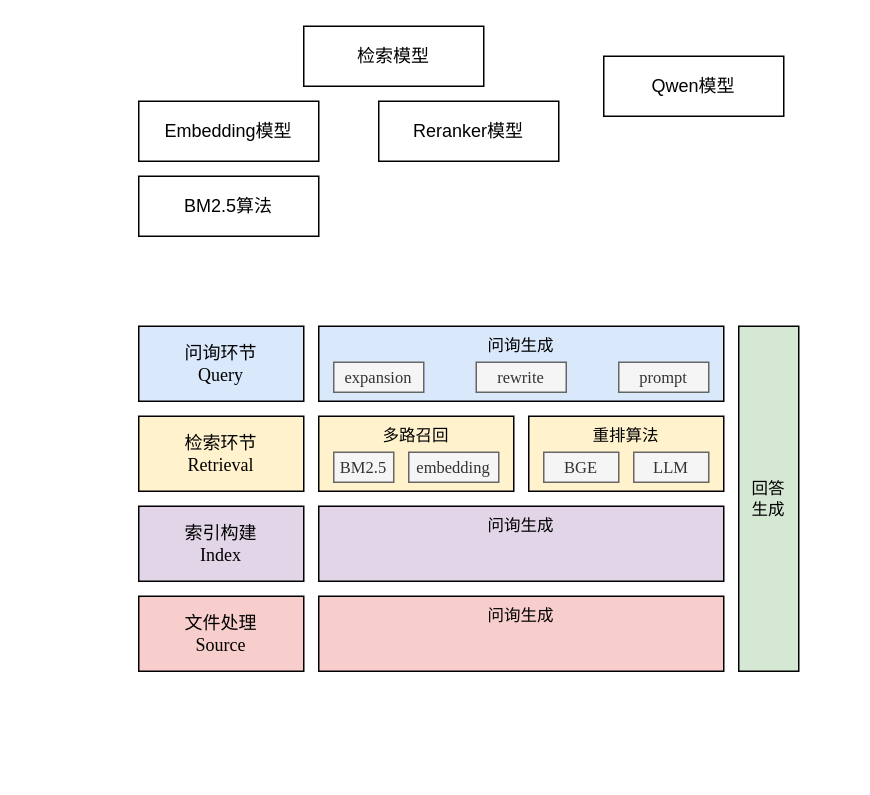
Earlier version of the draw.io diagram RAG.drawio (limpid-11/drawio). Source tidied: cells renumbered, new cells numbered last; positions are measured from the earlier drawing's top-left corner, leaving out a move shared by most shapes. Both pictures are drawn from the tidied source at 150%, with x=0, y=0 at pixel (138, 26).
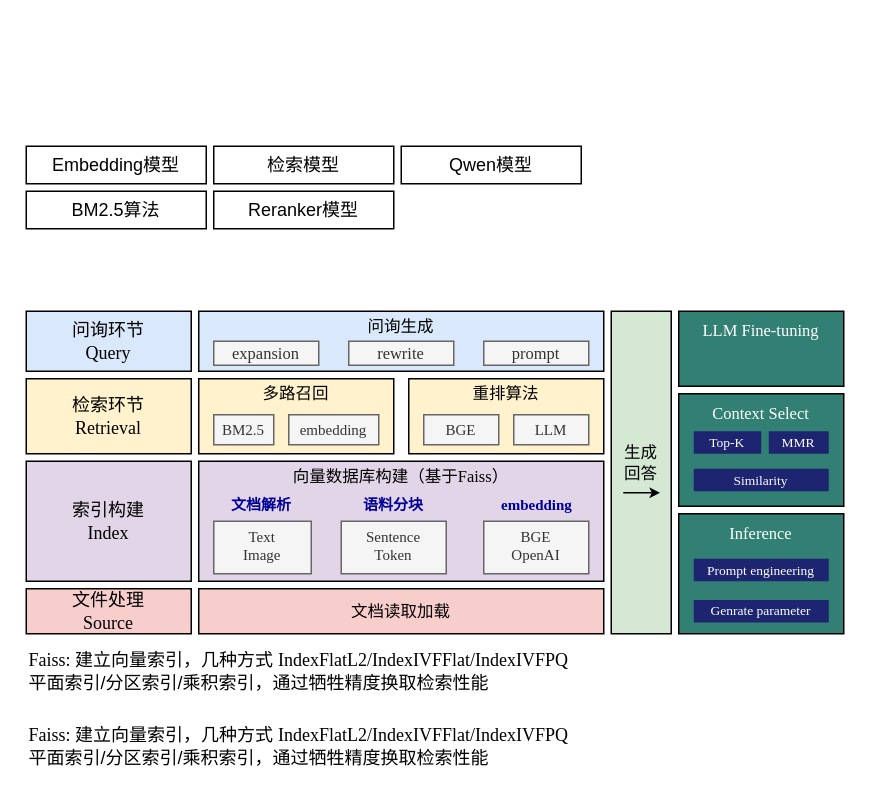
After the change.

What changed in the source:
```diff
@@
     <mxCell id="2" value="Qwen模型" style="rounded=0;whiteSpace=wrap;html=1;" parent="1" vertex="1">
-      <mxGeometry x="310" y="20" width="120" height="40" as="geometry" />
+      <mxGeometry x="175" y="80" width="120" height="25" as="geometry" />
     </mxCell>
     <mxCell id="3" value="Embedding模型" style="rounded=0;whiteSpace=wrap;html=1;" parent="1" vertex="1">
-      <mxGeometry y="50" width="120" height="40" as="geometry" />
+      <mxGeometry x="-75" y="80" width="120" height="25" as="geometry" />
     </mxCell>
     <mxCell id="4" value="BM2.5算法" style="rounded=0;whiteSpace=wrap;html=1;" parent="1" vertex="1">
-      <mxGeometry y="100" width="120" height="40" as="geometry" />
+      <mxGeometry x="-75" y="110" width="120" height="25" as="geometry" />
     </mxCell>
     <mxCell id="5" value="检索模型" style="rounded=0;whiteSpace=wrap;html=1;" parent="1" vertex="1">
-      <mxGeometry x="110" width="120" height="40" as="geometry" />
+      <mxGeometry x="50" y="80" width="120" height="25" as="geometry" />
     </mxCell>
     <mxCell id="6" value="Reranker模型" style="rounded=0;whiteSpace=wrap;html=1;" parent="1" vertex="1">
-      <mxGeometry x="160" y="50" width="120" height="40" as="geometry" />
+      <mxGeometry x="50" y="110" width="120" height="25" as="geometry" />
     </mxCell>
     <mxCell id="7" value="&lt;div&gt;&lt;font face=&quot;宋体&quot;&gt;问询环节&lt;/font&gt;&lt;/div&gt;Query" style="rounded=0;whiteSpace=wrap;html=1;fillColor=#dae8fc;strokeColor=#000000;fontFamily=Times New Roman;" parent="1" vertex="1">
-      <mxGeometry y="200" width="110" height="50" as="geometry" />
+      <mxGeometry x="-75" y="190" width="110" height="40" as="geometry" />
     </mxCell>
-    <mxCell id="8" value="&lt;div style=&quot;font-size: 11px;&quot;&gt;&lt;font face=&quot;宋体&quot;&gt;问询生成&lt;/font&gt;&lt;/div&gt;" style="rounded=0;whiteSpace=wrap;html=1;fillColor=#dae8fc;strokeColor=#000000;verticalAlign=top;fontSize=11;fontFamily=Times New Roman;" parent="1" vertex="1">
-      <mxGeometry x="120" y="200" width="270" height="50" as="geometry" />
+    <mxCell id="8" value="&lt;div style=&quot;font-size: 11px;&quot;&gt;&lt;font face=&quot;宋体&quot;&gt;问询生成&lt;/font&gt;&lt;/div&gt;" style="rounded=0;whiteSpace=wrap;html=1;fillColor=#dae8fc;strokeColor=#000000;verticalAlign=top;fontSize=11;fontFamily=Times New Roman;spacing=-1;" parent="1" vertex="1">
+      <mxGeometry x="40" y="190" width="270" height="40" as="geometry" />
     </mxCell>
-    <mxCell id="9" value="&lt;span style=&quot;font-size: 11px;&quot;&gt;expansion&lt;/span&gt;" style="rounded=0;whiteSpace=wrap;html=1;verticalAlign=middle;fontFamily=Times New Roman;fillColor=#f5f5f5;strokeColor=#666666;strokeWidth=1;fontColor=#333333;" parent="1" vertex="1">
-      <mxGeometry x="130" y="224" width="60" height="20" as="geometry" />
+    <mxCell id="9" value="&lt;span style=&quot;font-size: 11px;&quot;&gt;expansion&lt;/span&gt;" style="rounded=0;whiteSpace=wrap;html=1;verticalAlign=middle;fontFamily=Times New Roman;fillColor=#f5f5f5;strokeColor=#666666;strokeWidth=1;fontColor=#333333;fontSize=11;" parent="1" vertex="1">
+      <mxGeometry x="50" y="210" width="70" height="16" as="geometry" />
     </mxCell>
-    <mxCell id="10" value="&lt;span style=&quot;font-size: 11px;&quot;&gt;rewrite&lt;/span&gt;" style="rounded=0;whiteSpace=wrap;html=1;verticalAlign=middle;fontFamily=Times New Roman;fillColor=#f5f5f5;strokeColor=#666666;strokeWidth=1;fontColor=#333333;" parent="1" vertex="1">
-      <mxGeometry x="225" y="224" width="60" height="20" as="geometry" />
+    <mxCell id="10" value="&lt;span style=&quot;font-size: 11px;&quot;&gt;rewrite&lt;/span&gt;" style="rounded=0;whiteSpace=wrap;html=1;verticalAlign=middle;fontFamily=Times New Roman;fillColor=#f5f5f5;strokeColor=#666666;strokeWidth=1;fontColor=#333333;fontSize=11;" parent="1" vertex="1">
+      <mxGeometry x="140" y="210" width="70" height="16" as="geometry" />
     </mxCell>
-    <mxCell id="11" value="&lt;span style=&quot;font-size: 11px;&quot;&gt;prompt&lt;/span&gt;" style="rounded=0;whiteSpace=wrap;html=1;verticalAlign=middle;fontFamily=Times New Roman;fillColor=#f5f5f5;strokeColor=#666666;strokeWidth=1;fontColor=#333333;" parent="1" vertex="1">
-      <mxGeometry x="320" y="224" width="60" height="20" as="geometry" />
+    <mxCell id="11" value="&lt;span style=&quot;font-size: 11px;&quot;&gt;prompt&lt;/span&gt;" style="rounded=0;whiteSpace=wrap;html=1;verticalAlign=middle;fontFamily=Times New Roman;fillColor=#f5f5f5;strokeColor=#666666;strokeWidth=1;fontColor=#333333;fontSize=11;" parent="1" vertex="1">
+      <mxGeometry x="230" y="210" width="70" height="16" as="geometry" />
     </mxCell>
     <mxCell id="12" value="&lt;div&gt;&lt;font face=&quot;宋体&quot;&gt;检索环节&lt;/font&gt;&lt;/div&gt;Retrieval" style="rounded=0;whiteSpace=wrap;html=1;fillColor=#fff2cc;strokeColor=#000000;fontFamily=Times New Roman;" parent="1" vertex="1">
-      <mxGeometry y="260" width="110" height="50" as="geometry" />
+      <mxGeometry x="-75" y="235" width="110" height="50" as="geometry" />
     </mxCell>
-    <mxCell id="13" value="&lt;div style=&quot;font-size: 11px;&quot;&gt;多路召回&lt;/div&gt;" style="rounded=0;whiteSpace=wrap;html=1;fillColor=#fff2cc;strokeColor=#000000;verticalAlign=top;fontSize=11;fontFamily=宋体;" parent="1" vertex="1">
-      <mxGeometry x="120" y="260" width="130" height="50" as="geometry" />
+    <mxCell id="13" value="&lt;div style=&quot;font-size: 11px;&quot;&gt;多路召回&lt;/div&gt;" style="rounded=0;whiteSpace=wrap;html=1;fillColor=#fff2cc;strokeColor=#000000;verticalAlign=top;fontSize=11;fontFamily=宋体;spacing=-1;" parent="1" vertex="1">
+      <mxGeometry x="40" y="235" width="130" height="50" as="geometry" />
     </mxCell>
-    <mxCell id="14" value="&lt;span style=&quot;font-size: 11px;&quot;&gt;BM2.5&lt;/span&gt;" style="rounded=0;whiteSpace=wrap;html=1;verticalAlign=middle;fontFamily=Times New Roman;fillColor=#f5f5f5;strokeColor=#666666;strokeWidth=1;fontColor=#333333;" parent="1" vertex="1">
-      <mxGeometry x="130" y="284" width="40" height="20" as="geometry" />
+    <mxCell id="14" value="&lt;span style=&quot;font-size: 10px;&quot;&gt;BM2.5&lt;/span&gt;" style="rounded=0;whiteSpace=wrap;html=1;verticalAlign=middle;fontFamily=Times New Roman;fillColor=#f5f5f5;strokeColor=#666666;strokeWidth=1;fontColor=#333333;fontSize=10;" parent="1" vertex="1">
+      <mxGeometry x="50" y="259" width="40" height="20" as="geometry" />
     </mxCell>
-    <mxCell id="15" value="&lt;span style=&quot;font-size: 11px;&quot;&gt;embedding&lt;/span&gt;" style="rounded=0;whiteSpace=wrap;html=1;verticalAlign=middle;fontFamily=Times New Roman;fillColor=#f5f5f5;strokeColor=#666666;strokeWidth=1;fontColor=#333333;" parent="1" vertex="1">
-      <mxGeometry x="180" y="284" width="60" height="20" as="geometry" />
+    <mxCell id="15" value="&lt;span style=&quot;font-size: 10px;&quot;&gt;embedding&lt;/span&gt;" style="rounded=0;whiteSpace=wrap;html=1;verticalAlign=middle;fontFamily=Times New Roman;fillColor=#f5f5f5;strokeColor=#666666;strokeWidth=1;fontColor=#333333;fontSize=10;" parent="1" vertex="1">
+      <mxGeometry x="100" y="259" width="60" height="20" as="geometry" />
     </mxCell>
-    <mxCell id="16" value="&lt;div style=&quot;font-size: 11px;&quot;&gt;重排算法&lt;/div&gt;" style="rounded=0;whiteSpace=wrap;html=1;fillColor=#fff2cc;strokeColor=#000000;verticalAlign=top;fontSize=11;fontFamily=宋体;" parent="1" vertex="1">
-      <mxGeometry x="260" y="260" width="130" height="50" as="geometry" />
+    <mxCell id="16" value="&lt;div style=&quot;font-size: 11px;&quot;&gt;重排算法&lt;/div&gt;" style="rounded=0;whiteSpace=wrap;html=1;fillColor=#fff2cc;strokeColor=#000000;verticalAlign=top;fontSize=11;fontFamily=宋体;spacing=-1;" parent="1" vertex="1">
+      <mxGeometry x="180" y="235" width="130" height="50" as="geometry" />
     </mxCell>
-    <mxCell id="17" value="&lt;div style=&quot;font-size: 11px;&quot;&gt;回答&lt;/div&gt;&lt;div style=&quot;font-size: 11px;&quot;&gt;生成&lt;/div&gt;" style="rounded=0;whiteSpace=wrap;html=1;fillColor=#d5e8d4;strokeColor=#000000;verticalAlign=middle;fontSize=11;fontFamily=宋体;" parent="1" vertex="1">
-      <mxGeometry x="400" y="200" width="40" height="230" as="geometry" />
+    <mxCell id="17" value="&lt;div style=&quot;font-size: 11px;&quot;&gt;生成&lt;/div&gt;&lt;div style=&quot;font-size: 11px;&quot;&gt;回答&lt;/div&gt;" style="rounded=0;whiteSpace=wrap;html=1;fillColor=#d5e8d4;strokeColor=#000000;verticalAlign=middle;fontSize=11;fontFamily=宋体;spacingTop=-14;" parent="1" vertex="1">
+      <mxGeometry x="315" y="190" width="40" height="215" as="geometry" />
     </mxCell>
-    <mxCell id="18" value="&lt;span style=&quot;font-size: 11px;&quot;&gt;BGE&lt;/span&gt;" style="rounded=0;whiteSpace=wrap;html=1;verticalAlign=middle;fontFamily=Times New Roman;fillColor=#f5f5f5;strokeColor=#666666;strokeWidth=1;fontColor=#333333;" parent="1" vertex="1">
-      <mxGeometry x="270" y="284" width="50" height="20" as="geometry" />
+    <mxCell id="18" value="&lt;span style=&quot;font-size: 10px;&quot;&gt;BGE&lt;/span&gt;" style="rounded=0;whiteSpace=wrap;html=1;verticalAlign=middle;fontFamily=Times New Roman;fillColor=#f5f5f5;strokeColor=#666666;strokeWidth=1;fontColor=#333333;fontSize=10;" parent="1" vertex="1">
+      <mxGeometry x="190" y="259" width="50" height="20" as="geometry" />
     </mxCell>
-    <mxCell id="19" value="&lt;span style=&quot;font-size: 11px;&quot;&gt;LLM&lt;/span&gt;" style="rounded=0;whiteSpace=wrap;html=1;verticalAlign=middle;fontFamily=Times New Roman;fillColor=#f5f5f5;strokeColor=#666666;strokeWidth=1;fontColor=#333333;" parent="1" vertex="1">
-      <mxGeometry x="330" y="284" width="50" height="20" as="geometry" />
+    <mxCell id="19" value="&lt;span style=&quot;font-size: 10px;&quot;&gt;LLM&lt;/span&gt;" style="rounded=0;whiteSpace=wrap;html=1;verticalAlign=middle;fontFamily=Times New Roman;fillColor=#f5f5f5;strokeColor=#666666;strokeWidth=1;fontColor=#333333;fontSize=10;" parent="1" vertex="1">
+      <mxGeometry x="250" y="259" width="50" height="20" as="geometry" />
     </mxCell>
     <mxCell id="20" value="&lt;div&gt;&lt;font face=&quot;宋体&quot;&gt;索引构建&lt;/font&gt;&lt;/div&gt;Index" style="rounded=0;whiteSpace=wrap;html=1;fillColor=#e1d5e7;strokeColor=#000000;fontFamily=Times New Roman;" parent="1" vertex="1">
-      <mxGeometry y="320" width="110" height="50" as="geometry" />
+      <mxGeometry x="-75" y="290" width="110" height="80" as="geometry" />
     </mxCell>
     <mxCell id="21" value="&lt;div&gt;&lt;font face=&quot;宋体&quot;&gt;文件处理&lt;/font&gt;&lt;/div&gt;Source" style="rounded=0;whiteSpace=wrap;html=1;fillColor=#f8cecc;strokeColor=#000000;fontFamily=Times New Roman;" parent="1" vertex="1">
-      <mxGeometry y="380" width="110" height="50" as="geometry" />
+      <mxGeometry x="-75" y="375" width="110" height="30" as="geometry" />
     </mxCell>
-    <mxCell id="22" value="&lt;div style=&quot;font-size: 11px;&quot;&gt;&lt;font face=&quot;宋体&quot;&gt;问询生成&lt;/font&gt;&lt;/div&gt;" style="rounded=0;whiteSpace=wrap;html=1;fillColor=#e1d5e7;strokeColor=#000000;verticalAlign=top;fontSize=11;fontFamily=Times New Roman;" parent="1" vertex="1">
-      <mxGeometry x="120" y="320" width="270" height="50" as="geometry" />
+    <mxCell id="22" value="&lt;div style=&quot;font-size: 11px;&quot;&gt;&lt;font face=&quot;宋体&quot;&gt;向量数据库构建（基于&lt;/font&gt;&lt;span style=&quot;background-color: initial;&quot;&gt;Faiss&lt;/span&gt;&lt;span style=&quot;font-family: 宋体; background-color: initial;&quot;&gt;）&lt;/span&gt;&lt;/div&gt;" style="rounded=0;whiteSpace=wrap;html=1;fillColor=#e1d5e7;strokeColor=#000000;verticalAlign=top;fontSize=11;fontFamily=Times New Roman;spacing=-1;" parent="1" vertex="1">
+      <mxGeometry x="40" y="290" width="270" height="80" as="geometry" />
     </mxCell>
-    <mxCell id="23" value="&lt;div style=&quot;font-size: 11px;&quot;&gt;&lt;font face=&quot;宋体&quot;&gt;问询生成&lt;/font&gt;&lt;/div&gt;" style="rounded=0;whiteSpace=wrap;html=1;fillColor=#f8cecc;strokeColor=#000000;verticalAlign=top;fontSize=11;fontFamily=Times New Roman;" parent="1" vertex="1">
-      <mxGeometry x="120" y="380" width="270" height="50" as="geometry" />
+    <mxCell id="23" value="&lt;div style=&quot;font-size: 11px;&quot;&gt;&lt;font face=&quot;宋体&quot;&gt;文档读取加载&lt;/font&gt;&lt;/div&gt;" style="rounded=0;whiteSpace=wrap;html=1;fillColor=#f8cecc;strokeColor=#000000;verticalAlign=middle;fontSize=11;fontFamily=Times New Roman;" parent="1" vertex="1">
+      <mxGeometry x="40" y="375" width="270" height="30" as="geometry" />
     </mxCell>
+    <mxCell id="24" value="&lt;div&gt;&lt;span style=&quot;background-color: initial; text-align: left;&quot;&gt;Text&lt;/span&gt;&lt;div&gt;&lt;div&gt;&lt;font&gt;Image&lt;/font&gt;&lt;/div&gt;&lt;/div&gt;&lt;/div&gt;" style="rounded=0;whiteSpace=wrap;html=1;verticalAlign=top;fontFamily=Times New Roman;fillColor=#f5f5f5;strokeColor=#666666;strokeWidth=1;fontColor=#333333;fontSize=10;spacing=0;" parent="1" vertex="1">
+      <mxGeometry x="50" y="330" width="65" height="35" as="geometry" />
+    </mxCell>
+    <mxCell id="25" value="Sentence&lt;div&gt;Token&lt;/div&gt;" style="rounded=0;whiteSpace=wrap;html=1;verticalAlign=top;fontFamily=Times New Roman;fillColor=#f5f5f5;strokeColor=#666666;strokeWidth=1;fontColor=#333333;fontSize=10;spacing=0;" parent="1" vertex="1">
+      <mxGeometry x="135" y="330" width="70" height="35" as="geometry" />
+    </mxCell>
+    <mxCell id="26" value="&lt;div&gt;BGE&lt;/div&gt;&lt;div&gt;OpenAI&lt;/div&gt;" style="rounded=0;whiteSpace=wrap;html=1;verticalAlign=top;fontFamily=Times New Roman;fillColor=#f5f5f5;strokeColor=#666666;strokeWidth=1;fontColor=#333333;fontSize=10;spacing=0;" parent="1" vertex="1">
+      <mxGeometry x="230" y="330" width="70" height="35" as="geometry" />
+    </mxCell>
+    <mxCell id="27" value="&lt;span style=&quot;font-family: 宋体; font-size: 10px; font-style: normal; font-variant-ligatures: normal; font-variant-caps: normal; letter-spacing: normal; orphans: 2; text-align: center; text-indent: 0px; text-transform: none; widows: 2; word-spacing: 0px; -webkit-text-stroke-width: 0px; white-space: normal; text-decoration-thickness: initial; text-decoration-style: initial; text-decoration-color: initial; float: none; display: inline !important;&quot;&gt;文档解析&lt;/span&gt;" style="text;whiteSpace=wrap;html=1;fillColor=none;labelBackgroundColor=none;fontColor=#000099;fontStyle=1;" parent="1" vertex="1">
+      <mxGeometry x="60" y="305" width="45" height="25" as="geometry" />
+    </mxCell>
+    <mxCell id="28" value="&lt;span style=&quot;font-family: 宋体; font-size: 10px; font-style: normal; font-variant-ligatures: normal; font-variant-caps: normal; letter-spacing: normal; orphans: 2; text-align: center; text-indent: 0px; text-transform: none; widows: 2; word-spacing: 0px; -webkit-text-stroke-width: 0px; white-space: normal; text-decoration-thickness: initial; text-decoration-style: initial; text-decoration-color: initial; float: none; display: inline !important;&quot;&gt;语料分块&lt;/span&gt;" style="text;whiteSpace=wrap;html=1;fillColor=none;labelBackgroundColor=none;fontColor=#000099;fontStyle=1;" parent="1" vertex="1">
+      <mxGeometry x="147.5" y="305" width="45" height="25" as="geometry" />
+    </mxCell>
+    <mxCell id="29" value="&lt;span style=&quot;font-size: 10px; font-style: normal; font-variant-ligatures: normal; font-variant-caps: normal; letter-spacing: normal; orphans: 2; text-align: center; text-indent: 0px; text-transform: none; widows: 2; word-spacing: 0px; -webkit-text-stroke-width: 0px; white-space: normal; text-decoration-thickness: initial; text-decoration-style: initial; text-decoration-color: initial; float: none; display: inline !important;&quot;&gt;embedding&lt;/span&gt;" style="text;whiteSpace=wrap;html=1;fillColor=none;labelBackgroundColor=none;fontColor=#000099;fontStyle=1;fontFamily=Times New Roman;" parent="1" vertex="1">
+      <mxGeometry x="240" y="305" width="50" height="25" as="geometry" />
+    </mxCell>
+    <mxCell id="30" value="&lt;div style=&quot;font-size: 11px;&quot;&gt;LLM Fine-tuning&lt;/div&gt;" style="rounded=0;whiteSpace=wrap;html=1;fillColor=#328073;strokeColor=#000000;verticalAlign=top;fontSize=11;fontFamily=Times New Roman;fontColor=#FFFFFF;" parent="1" vertex="1">
+      <mxGeometry x="360" y="190" width="110" height="50" as="geometry" />
+    </mxCell>
+    <mxCell id="31" value="&lt;div style=&quot;font-size: 11px;&quot;&gt;Context Select&lt;/div&gt;" style="rounded=0;whiteSpace=wrap;html=1;fillColor=#328073;strokeColor=#000000;verticalAlign=top;fontSize=11;fontFamily=Times New Roman;fontColor=#FFFFFF;" parent="1" vertex="1">
+      <mxGeometry x="360" y="245" width="110" height="75" as="geometry" />
+    </mxCell>
+    <mxCell id="32" value="&lt;span style=&quot;font-size: 9px;&quot;&gt;Top-K&lt;/span&gt;" style="rounded=0;whiteSpace=wrap;html=1;verticalAlign=middle;fontFamily=Times New Roman;fillColor=#1D2570;strokeColor=none;strokeWidth=1;fontColor=#FFFFFF;fontSize=9;" parent="1" vertex="1">
+      <mxGeometry x="370" y="270" width="45" height="15" as="geometry" />
+    </mxCell>
+    <mxCell id="33" value="&lt;span style=&quot;font-size: 9px;&quot;&gt;MMR&lt;/span&gt;" style="rounded=0;whiteSpace=wrap;html=1;verticalAlign=middle;fontFamily=Times New Roman;fillColor=#1D2570;strokeColor=none;strokeWidth=1;fontColor=#FFFFFF;fontSize=9;" parent="1" vertex="1">
+      <mxGeometry x="420" y="270" width="40" height="15" as="geometry" />
+    </mxCell>
+    <mxCell id="34" value="&lt;span style=&quot;font-size: 9px;&quot;&gt;Similarity&lt;/span&gt;" style="rounded=0;whiteSpace=wrap;html=1;verticalAlign=middle;fontFamily=Times New Roman;fillColor=#1D2570;strokeColor=none;strokeWidth=1;fontColor=#FFFFFF;fontSize=9;" parent="1" vertex="1">
+      <mxGeometry x="370" y="295" width="90" height="15" as="geometry" />
+    </mxCell>
+    <mxCell id="35" value="&lt;div style=&quot;font-size: 11px;&quot;&gt;Inference&lt;/div&gt;&lt;div style=&quot;font-size: 11px;&quot;&gt;&lt;br&gt;&lt;/div&gt;" style="rounded=0;whiteSpace=wrap;html=1;fillColor=#328073;strokeColor=#000000;verticalAlign=top;fontSize=11;fontFamily=Times New Roman;fontColor=#FFFFFF;" parent="1" vertex="1">
+      <mxGeometry x="360" y="325" width="110" height="80" as="geometry" />
+    </mxCell>
+    <mxCell id="36" value="&lt;span style=&quot;font-size: 9px;&quot;&gt;Prompt engineering&lt;/span&gt;" style="rounded=0;whiteSpace=wrap;html=1;verticalAlign=middle;fontFamily=Times New Roman;fillColor=#1D2570;strokeColor=none;strokeWidth=1;fontColor=#FFFFFF;fontSize=9;" parent="1" vertex="1">
+      <mxGeometry x="370" y="355" width="90" height="15" as="geometry" />
+    </mxCell>
+    <mxCell id="37" value="&lt;span style=&quot;font-size: 9px;&quot;&gt;Genrate parameter&lt;/span&gt;" style="rounded=0;whiteSpace=wrap;html=1;verticalAlign=middle;fontFamily=Times New Roman;fillColor=#1D2570;strokeColor=none;strokeWidth=1;fontColor=#FFFFFF;fontSize=9;" parent="1" vertex="1">
+      <mxGeometry x="370" y="382.5" width="90" height="15" as="geometry" />
+    </mxCell>
+    <mxCell id="38" value="&lt;font face=&quot;Times New Roman&quot;&gt;Faiss: &lt;/font&gt;&lt;font face=&quot;宋体&quot;&gt;建立向量索引，几种方式&amp;nbsp;&lt;/font&gt;&lt;font face=&quot;Times New Roman&quot;&gt;&lt;font style=&quot;background-color: initial;&quot;&gt;IndexFlatL2/&lt;/font&gt;&lt;span style=&quot;background-color: initial;&quot;&gt;IndexIVFFlat/IndexIVFPQ&lt;/span&gt;&lt;/font&gt;&lt;div&gt;&lt;font face=&quot;宋体&quot;&gt;平面索引/分区索引/乘积索引，通过牺牲精度换取检索性能&lt;/font&gt;&lt;/div&gt;" style="text;html=1;align=left;verticalAlign=middle;whiteSpace=wrap;rounded=0;fontFamily=宋体;" parent="1" vertex="1">
+      <mxGeometry x="-75" y="415" width="405" height="30" as="geometry" />
+    </mxCell>
+    <mxCell id="39" style="endArrow=classic;html=1;rounded=0;strokeWidth=1;endSize=4;" parent="1" edge="1">
+      <mxGeometry relative="1" as="geometry">
+        <mxPoint x="323" y="311" as="sourcePoint" />
+        <mxPoint x="347.5" y="311" as="targetPoint" />
+      </mxGeometry>
+    </mxCell>
+    <mxCell id="40" value="&lt;font face=&quot;Times New Roman&quot;&gt;Faiss: &lt;/font&gt;&lt;font face=&quot;宋体&quot;&gt;建立向量索引，几种方式&amp;nbsp;&lt;/font&gt;&lt;font face=&quot;Times New Roman&quot;&gt;&lt;font style=&quot;background-color: initial;&quot;&gt;IndexFlatL2/&lt;/font&gt;&lt;span style=&quot;background-color: initial;&quot;&gt;IndexIVFFlat/IndexIVFPQ&lt;/span&gt;&lt;/font&gt;&lt;div&gt;&lt;font face=&quot;宋体&quot;&gt;平面索引/分区索引/乘积索引，通过牺牲精度换取检索性能&lt;/font&gt;&lt;/div&gt;" style="text;html=1;align=left;verticalAlign=middle;whiteSpace=wrap;rounded=0;fontFamily=宋体;" parent="1" vertex="1">
+      <mxGeometry x="-75" y="465" width="405" height="30" as="geometry" />
+    </mxCell>
```
